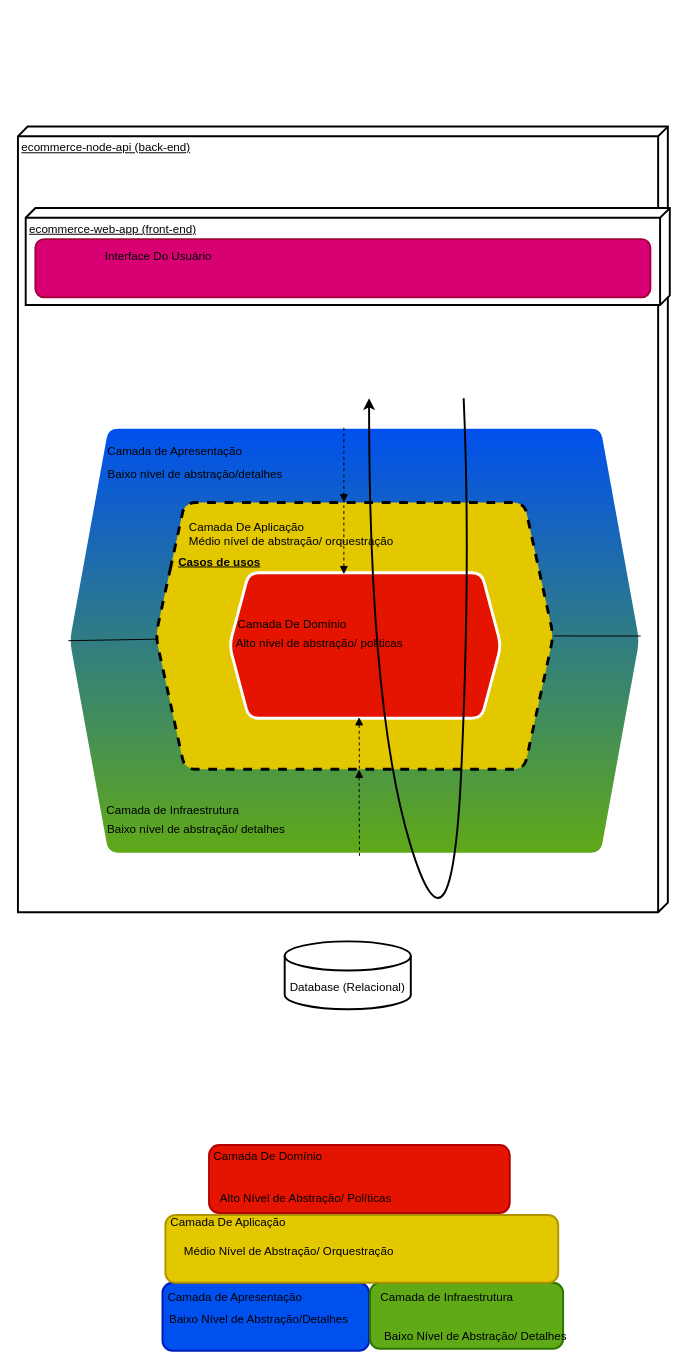
Before: page "Arquitetura em Hexagonal" (2 of 2) of requirements/ecommerce-arquitetura.drawio in raissiafreitas/ecommerce-node-api, a draw.io diagram. Source tidied: cells renumbered, new cells numbered last; positions are measured from the earlier drawing's top-left corner, leaving out a move shared by most shapes. Both pictures are drawn from the tidied source at 97%, with x=0, y=0 at pixel (17, 126).
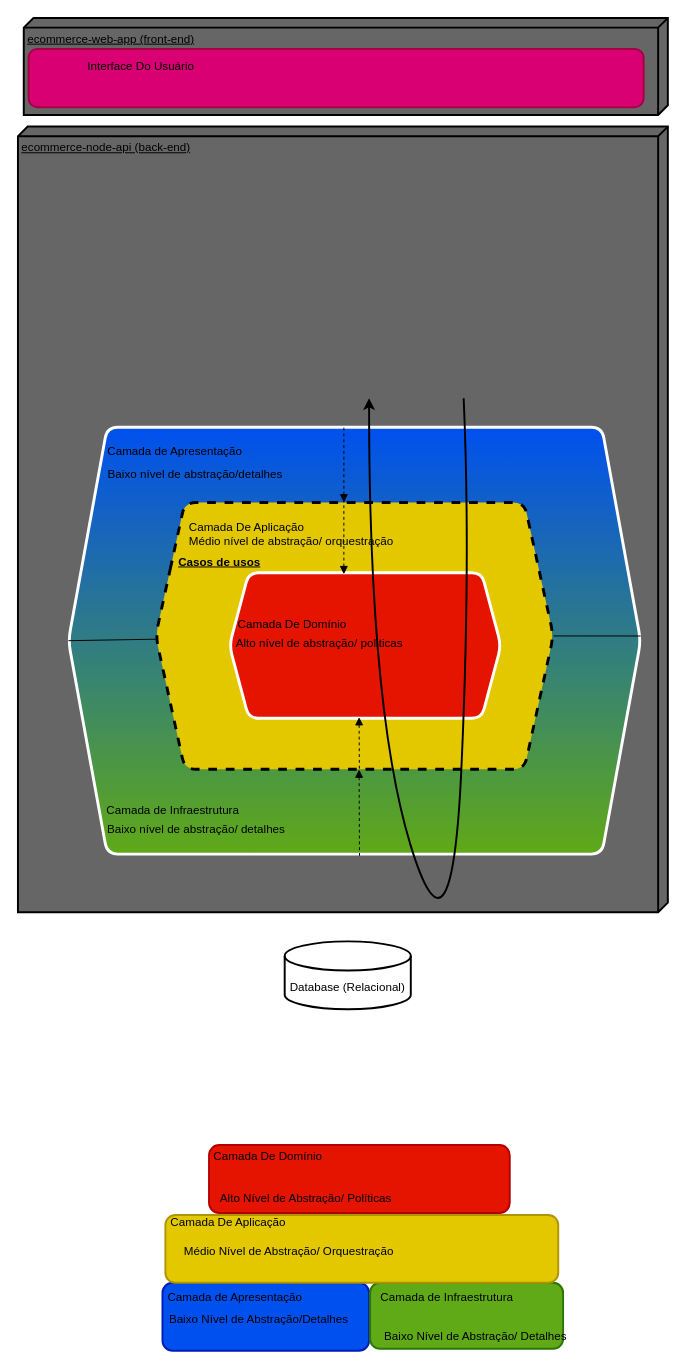
The same page after the edit.

Diff of the diagram source:
```diff
@@
-    <mxCell id="4" value="ecommerce-node-api (back-end)" style="verticalAlign=top;align=left;spacingTop=8;spacingLeft=2;spacingRight=12;shape=cube;size=10;direction=south;fontStyle=4;html=1;strokeWidth=2;" parent="1" vertex="1">
+    <mxCell id="4" value="ecommerce-node-api (back-end)" style="verticalAlign=top;align=left;spacingTop=8;spacingLeft=2;spacingRight=12;shape=cube;size=10;direction=south;fontStyle=4;html=1;strokeWidth=2;fillColor=#666666;" parent="1" vertex="1">
       <mxGeometry width="670" height="810" as="geometry" />
     </mxCell>
-    <mxCell id="5" value="ecommerce-web-app (front-end)" style="verticalAlign=top;align=left;spacingTop=8;spacingLeft=2;spacingRight=12;shape=cube;size=10;direction=south;fontStyle=4;html=1;strokeWidth=2;" parent="1" vertex="1">
-      <mxGeometry x="8" y="84" width="664" height="100" as="geometry" />
+    <mxCell id="5" value="ecommerce-web-app (front-end)" style="verticalAlign=top;align=left;spacingTop=8;spacingLeft=2;spacingRight=12;shape=cube;size=10;direction=south;fontStyle=4;html=1;strokeWidth=2;fillColor=#666666;" parent="1" vertex="1">
+      <mxGeometry x="6" y="-112" width="664" height="100" as="geometry" />
     </mxCell>
@@
     <mxCell id="7" style="rounded=1;whiteSpace=wrap;html=1;strokeWidth=2;fillColor=#d80073;fontColor=#ffffff;strokeColor=#A50040;" parent="1" vertex="1">
-      <mxGeometry x="18" y="116" width="634" height="60" as="geometry" />
+      <mxGeometry x="11" y="-80" width="634" height="60" as="geometry" />
     </mxCell>
     <mxCell id="8" value="Interface Do Usuário" style="text;html=1;strokeColor=none;fillColor=none;align=center;verticalAlign=middle;whiteSpace=wrap;rounded=0;strokeWidth=2;" parent="1" vertex="1">
-      <mxGeometry x="70" y="119" width="150" height="30" as="geometry" />
+      <mxGeometry x="52" y="-77" width="150" height="30" as="geometry" />
     </mxCell>
```
